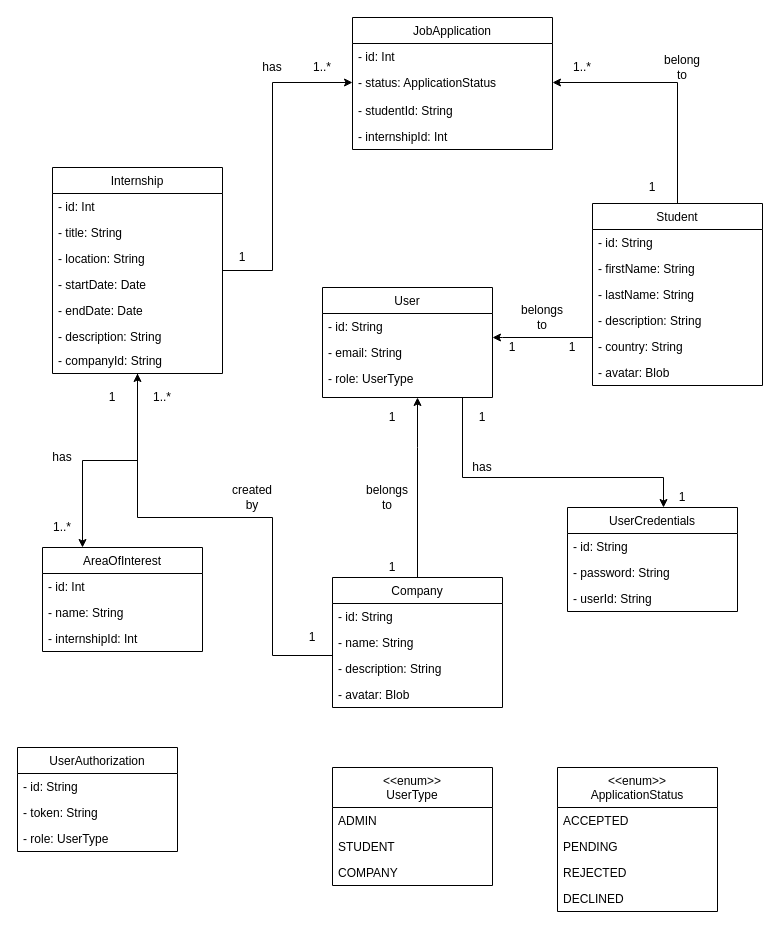
Before: page "Server classes" (1 of 2) of docs/diagrams.drawio in Ami13F/InternLink, a draw.io diagram. Source tidied: cells renumbered, new cells numbered last; positions are measured from the earlier drawing's top-left corner, leaving out a move shared by most shapes. Both pictures are drawn from the tidied source at 100%, with x=0, y=0 at pixel (17, 17).
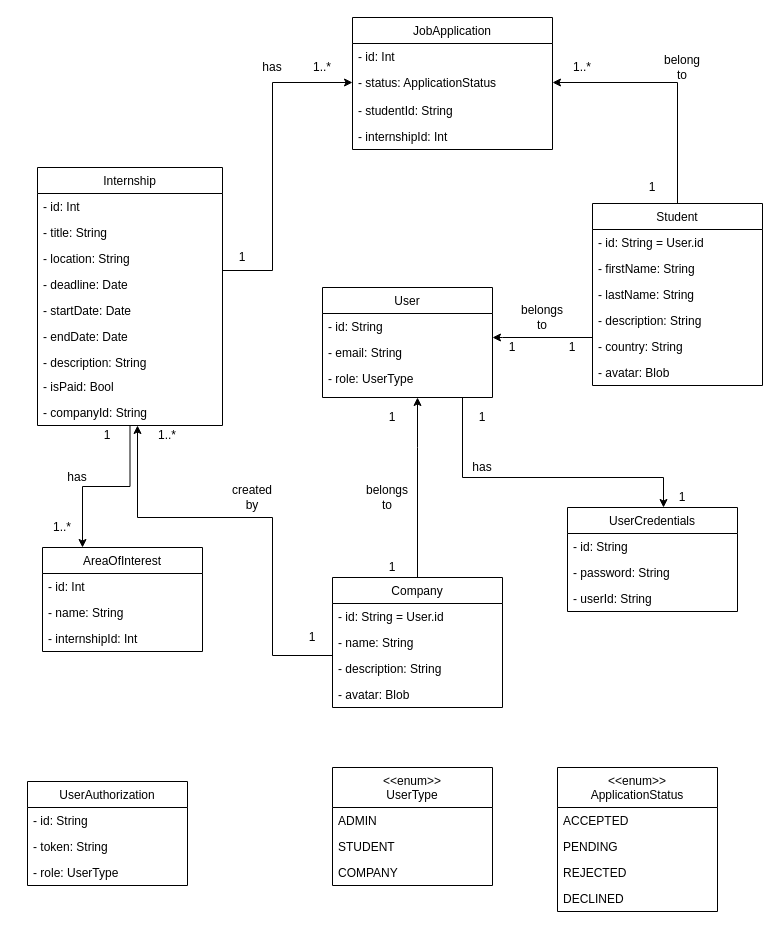
Above is the later version.

The change refers to these unchanged cells:
```xml
<mxCell id="14" value="Student" style="swimlane;fontStyle=0;horizontal=1;startSize=26;fillColor=none;" parent="1" vertex="1">
  <mxGeometry x="575" y="186" width="170" height="182" as="geometry" />
</mxCell>
<mxCell id="23" value="Company" style="swimlane;fontStyle=0;horizontal=1;startSize=26;fillColor=none;" parent="1" vertex="1">
  <mxGeometry x="315" y="560" width="170" height="130" as="geometry" />
</mxCell>
```

Change to the diagram source:
```diff
@@
     <mxCell id="4" value="Internship" style="swimlane;fontStyle=0;horizontal=1;startSize=26;fillColor=none;" parent="1" vertex="1">
-      <mxGeometry x="35" y="150" width="170" height="206" as="geometry" />
+      <mxGeometry x="20" y="150" width="185" height="258" as="geometry" />
     </mxCell>
     <mxCell id="5" value="- id: Int" style="text;strokeColor=none;fillColor=none;align=left;verticalAlign=top;spacingLeft=4;spacingRight=4;overflow=hidden;" parent="4" vertex="1">
-      <mxGeometry y="26" width="170" height="26" as="geometry" />
+      <mxGeometry y="26" width="185" height="26" as="geometry" />
     </mxCell>
     <mxCell id="6" value="- title: String" style="text;strokeColor=none;fillColor=none;align=left;verticalAlign=top;spacingLeft=4;spacingRight=4;overflow=hidden;" parent="4" vertex="1">
-      <mxGeometry y="52" width="170" height="26" as="geometry" />
+      <mxGeometry y="52" width="185" height="26" as="geometry" />
     </mxCell>
     <mxCell id="7" value="- location: String" style="text;strokeColor=none;fillColor=none;align=left;verticalAlign=top;spacingLeft=4;spacingRight=4;overflow=hidden;" parent="4" vertex="1">
-      <mxGeometry y="78" width="170" height="26" as="geometry" />
+      <mxGeometry y="78" width="185" height="26" as="geometry" />
     </mxCell>
+    <mxCell id="80" value="- deadline: Date" style="text;strokeColor=none;fillColor=none;align=left;verticalAlign=top;spacingLeft=4;spacingRight=4;overflow=hidden;" parent="4" vertex="1">
+      <mxGeometry y="104" width="185" height="26" as="geometry" />
+    </mxCell>
     <mxCell id="8" value="- startDate: Date" style="text;strokeColor=none;fillColor=none;align=left;verticalAlign=top;spacingLeft=4;spacingRight=4;overflow=hidden;" parent="4" vertex="1">
-      <mxGeometry y="104" width="170" height="26" as="geometry" />
+      <mxGeometry y="130" width="185" height="26" as="geometry" />
     </mxCell>
     <mxCell id="9" value="- endDate: Date" style="text;strokeColor=none;fillColor=none;align=left;verticalAlign=top;spacingLeft=4;spacingRight=4;overflow=hidden;" parent="4" vertex="1">
-      <mxGeometry y="130" width="170" height="26" as="geometry" />
+      <mxGeometry y="156" width="185" height="26" as="geometry" />
     </mxCell>
     <mxCell id="10" value="- description: String" style="text;strokeColor=none;fillColor=none;align=left;verticalAlign=top;spacingLeft=4;spacingRight=4;overflow=hidden;" parent="4" vertex="1">
-      <mxGeometry y="156" width="170" height="24" as="geometry" />
+      <mxGeometry y="182" width="185" height="24" as="geometry" />
     </mxCell>
+    <mxCell id="81" value="- isPaid: Bool" style="text;strokeColor=none;fillColor=none;align=left;verticalAlign=top;spacingLeft=4;spacingRight=4;overflow=hidden;" parent="4" vertex="1">
+      <mxGeometry y="206" width="185" height="26" as="geometry" />
+    </mxCell>
     <mxCell id="11" value="- companyId: String" style="text;strokeColor=none;fillColor=none;align=left;verticalAlign=top;spacingLeft=4;spacingRight=4;overflow=hidden;" parent="4" vertex="1">
-      <mxGeometry y="180" width="170" height="26" as="geometry" />
+      <mxGeometry y="232" width="185" height="26" as="geometry" />
     </mxCell>
@@
-    <mxCell id="15" value="- id: String" style="text;strokeColor=none;fillColor=none;align=left;verticalAlign=top;spacingLeft=4;spacingRight=4;overflow=hidden;" parent="14" vertex="1">
+    <mxCell id="15" value="- id: String = User.id" style="text;strokeColor=none;fillColor=none;align=left;verticalAlign=top;spacingLeft=4;spacingRight=4;overflow=hidden;" parent="14" vertex="1">
       <mxGeometry y="26" width="170" height="26" as="geometry" />
     </mxCell>
@@
-    <mxCell id="24" value="- id: String" style="text;strokeColor=none;fillColor=none;align=left;verticalAlign=top;spacingLeft=4;spacingRight=4;overflow=hidden;" parent="23" vertex="1">
+    <mxCell id="24" value="- id: String = User.id" style="text;strokeColor=none;fillColor=none;align=left;verticalAlign=top;spacingLeft=4;spacingRight=4;overflow=hidden;" parent="23" vertex="1">
       <mxGeometry y="26" width="170" height="26" as="geometry" />
     </mxCell>
@@
     <mxCell id="53" value="1..*" style="text;html=1;strokeColor=none;fillColor=none;align=center;verticalAlign=middle;whiteSpace=wrap;rounded=0;" parent="1" vertex="1">
-      <mxGeometry x="125" y="370" width="40" height="20" as="geometry" />
+      <mxGeometry x="130" y="408" width="40" height="20" as="geometry" />
     </mxCell>
@@
     <mxCell id="55" value="has" style="text;html=1;strokeColor=none;fillColor=none;align=center;verticalAlign=middle;whiteSpace=wrap;rounded=0;" parent="1" vertex="1">
-      <mxGeometry x="25" y="430" width="40" height="20" as="geometry" />
+      <mxGeometry x="40" y="450" width="40" height="20" as="geometry" />
     </mxCell>
     <mxCell id="56" value="1" style="text;html=1;strokeColor=none;fillColor=none;align=center;verticalAlign=middle;whiteSpace=wrap;rounded=0;" parent="1" vertex="1">
-      <mxGeometry x="75" y="370" width="40" height="20" as="geometry" />
+      <mxGeometry x="70" y="408" width="40" height="20" as="geometry" />
     </mxCell>
@@
     <mxCell id="67" value="UserAuthorization" style="swimlane;fontStyle=0;align=center;verticalAlign=top;horizontal=1;startSize=26;" parent="1" vertex="1">
-      <mxGeometry y="730" width="160" height="104" as="geometry" />
+      <mxGeometry x="10" y="764" width="160" height="104" as="geometry" />
     </mxCell>
```
